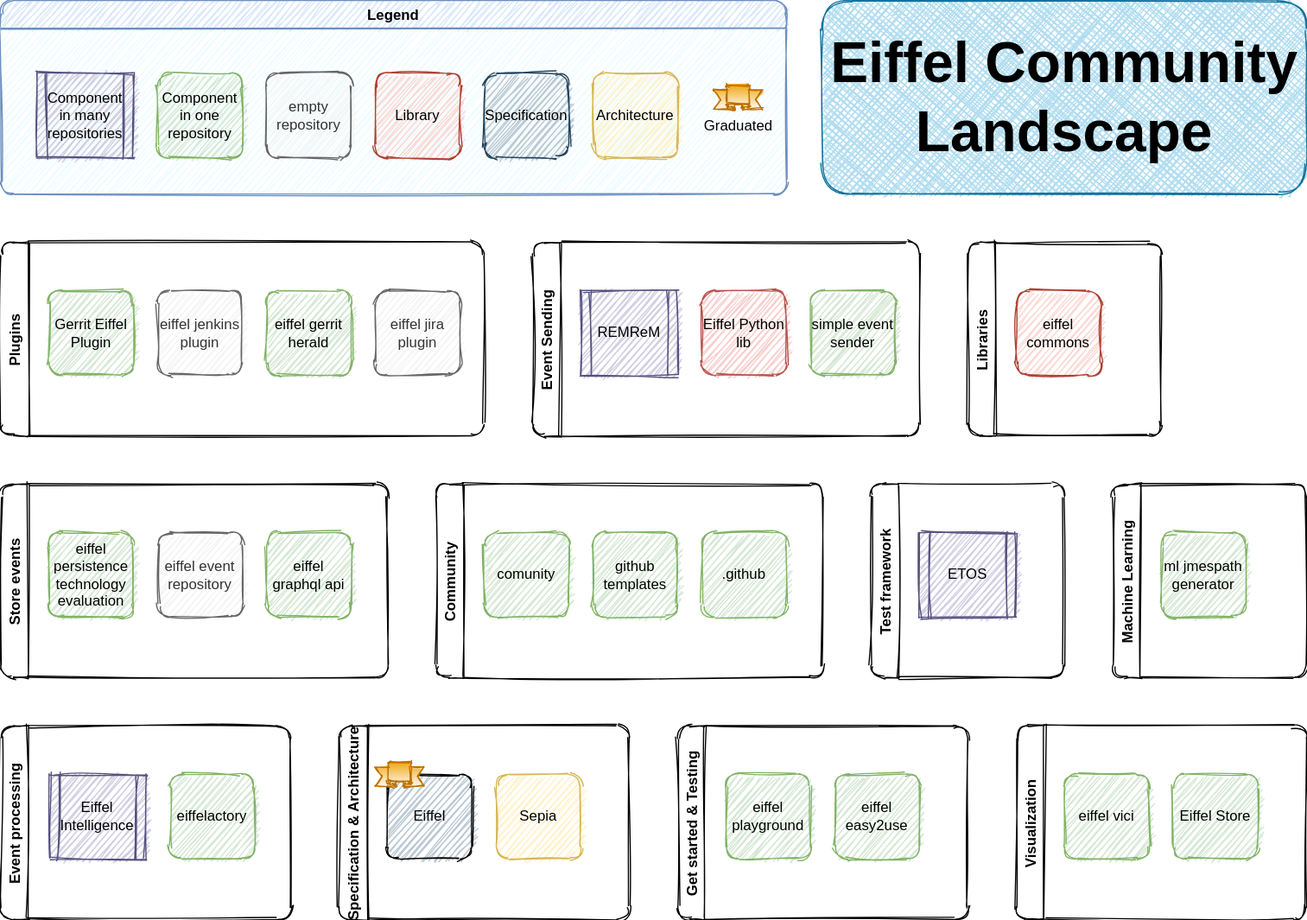
eiffel-community/eiffel-sepia keeps this draw.io diagram as landscape/landscape.svg. Above is the earlier version. Source tidied: cells renumbered, new cells last; positions are measured from the earlier drawing's top-left corner, leaving out a move shared by most shapes.
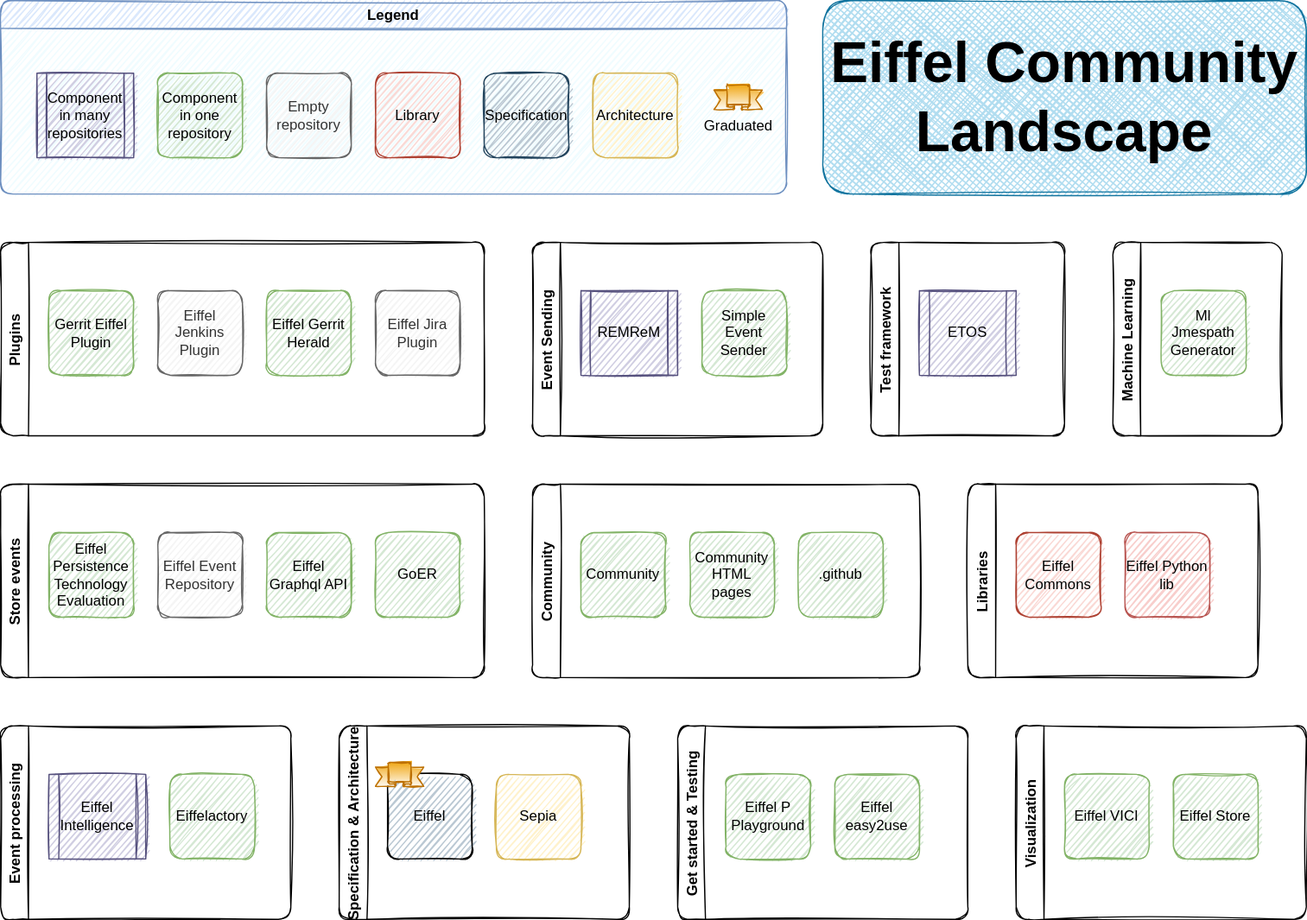
After the commit.

Commit message:
Fix capitalization and add GoER

Diff of the diagram source:
```diff
@@ -6,30 +6,33 @@
       <mxGeometry x="410" y="640" width="70" height="70" as="geometry" />
     </mxCell>
     <mxCell id="3" value="Store events" style="swimlane;horizontal=0;rounded=1;sketch=1;" parent="1" vertex="1">
-      <mxGeometry y="400" width="320" height="160" as="geometry" />
+      <mxGeometry y="400" width="400" height="160" as="geometry" />
     </mxCell>
-    <mxCell id="4" value="eiffel persistence technology evaluation" style="whiteSpace=wrap;html=1;sketch=1;rounded=1;fillColor=#d5e8d4;strokeColor=#82b366;" parent="3" vertex="1">
+    <mxCell id="4" value="Eiffel Persistence Technology Evaluation" style="whiteSpace=wrap;html=1;sketch=1;rounded=1;fillColor=#d5e8d4;strokeColor=#82b366;" parent="3" vertex="1">
       <mxGeometry x="40" y="40" width="70" height="70" as="geometry" />
     </mxCell>
-    <mxCell id="5" value="eiffel event repository" style="whiteSpace=wrap;html=1;sketch=1;rounded=1;fillColor=#f5f5f5;strokeColor=#666666;fontColor=#333333;" parent="3" vertex="1">
+    <mxCell id="5" value="Eiffel Event Repository" style="whiteSpace=wrap;html=1;sketch=1;rounded=1;fillColor=#f5f5f5;strokeColor=#666666;fontColor=#333333;" parent="3" vertex="1">
       <mxGeometry x="130" y="40" width="70" height="70" as="geometry" />
     </mxCell>
-    <mxCell id="6" value="eiffel graphql api" style="whiteSpace=wrap;html=1;sketch=1;rounded=1;fillColor=#d5e8d4;strokeColor=#82b366;" parent="3" vertex="1">
+    <mxCell id="6" value="Eiffel Graphql API" style="whiteSpace=wrap;html=1;sketch=1;rounded=1;fillColor=#d5e8d4;strokeColor=#82b366;" parent="3" vertex="1">
       <mxGeometry x="220" y="40" width="70" height="70" as="geometry" />
     </mxCell>
+    <mxCell id="47" value="GoER" style="whiteSpace=wrap;html=1;sketch=1;rounded=1;fillColor=#d5e8d4;strokeColor=#82b366;" parent="3" vertex="1">
+      <mxGeometry x="310" y="40" width="70" height="70" as="geometry" />
+    </mxCell>
     <mxCell id="7" value="Plugins" style="swimlane;horizontal=0;rounded=1;sketch=1;" parent="1" vertex="1">
       <mxGeometry y="200" width="400" height="160" as="geometry" />
     </mxCell>
     <mxCell id="8" value="Gerrit Eiffel Plugin" style="whiteSpace=wrap;html=1;sketch=1;rounded=1;fillColor=#d5e8d4;strokeColor=#82b366;" parent="7" vertex="1">
       <mxGeometry x="40" y="40" width="70" height="70" as="geometry" />
     </mxCell>
-    <mxCell id="9" value="eiffel gerrit herald" style="whiteSpace=wrap;html=1;sketch=1;rounded=1;fillColor=#d5e8d4;strokeColor=#82b366;" parent="7" vertex="1">
+    <mxCell id="9" value="Eiffel Gerrit Herald" style="whiteSpace=wrap;html=1;sketch=1;rounded=1;fillColor=#d5e8d4;strokeColor=#82b366;" parent="7" vertex="1">
       <mxGeometry x="220" y="40" width="70" height="70" as="geometry" />
     </mxCell>
-    <mxCell id="10" value="eiffel jenkins plugin" style="whiteSpace=wrap;html=1;sketch=1;rounded=1;fillColor=#f5f5f5;strokeColor=#666666;fontColor=#333333;" parent="7" vertex="1">
+    <mxCell id="10" value="Eiffel Jenkins Plugin" style="whiteSpace=wrap;html=1;sketch=1;rounded=1;fillColor=#f5f5f5;strokeColor=#666666;fontColor=#333333;" parent="7" vertex="1">
       <mxGeometry x="130" y="40" width="70" height="70" as="geometry" />
     </mxCell>
-    <mxCell id="11" value="eiffel jira plugin" style="whiteSpace=wrap;html=1;sketch=1;rounded=1;fillColor=#f5f5f5;strokeColor=#666666;fontColor=#333333;" parent="7" vertex="1">
+    <mxCell id="11" value="Eiffel Jira Plugin" style="whiteSpace=wrap;html=1;sketch=1;rounded=1;fillColor=#f5f5f5;strokeColor=#666666;fontColor=#333333;" parent="7" vertex="1">
       <mxGeometry x="310" y="40" width="70" height="70" as="geometry" />
     </mxCell>
     <mxCell id="12" value="Specification &amp; Architecture" style="swimlane;horizontal=0;rounded=1;sketch=1;" parent="1" vertex="1">
@@ -42,36 +45,33 @@
       <mxGeometry x="30" y="30" width="40" height="20" as="geometry" />
     </mxCell>
     <mxCell id="15" value="Event Sending" style="swimlane;horizontal=0;rounded=1;sketch=1;glass=0;shadow=0;" parent="1" vertex="1">
-      <mxGeometry x="440" y="200" width="320" height="160" as="geometry" />
+      <mxGeometry x="440" y="200" width="240" height="160" as="geometry" />
     </mxCell>
     <mxCell id="16" value="REMReM" style="shape=process;whiteSpace=wrap;html=1;backgroundOutline=1;fontFamily=Helvetica;fontSize=12;align=center;strokeColor=#56517e;fillColor=#d0cee2;sketch=1;" parent="15" vertex="1">
       <mxGeometry x="40" y="40" width="80" height="70" as="geometry" />
     </mxCell>
-    <mxCell id="17" value="&lt;div&gt;Eiffel Python lib&lt;/div&gt;" style="whiteSpace=wrap;html=1;sketch=1;rounded=1;fillColor=#f8cecc;strokeColor=#b85450;" parent="15" vertex="1">
-      <mxGeometry x="140" y="40" width="70" height="70" as="geometry" />
-    </mxCell>
-    <mxCell id="18" value="&lt;div&gt;simple event sender &lt;br&gt;&lt;/div&gt;" style="whiteSpace=wrap;html=1;sketch=1;rounded=1;fillColor=#d5e8d4;strokeColor=#82b366;" parent="15" vertex="1">
-      <mxGeometry x="230" y="40" width="70" height="70" as="geometry" />
+    <mxCell id="18" value="&lt;div&gt;Simple Event Sender &lt;br&gt;&lt;/div&gt;" style="whiteSpace=wrap;html=1;sketch=1;rounded=1;fillColor=#d5e8d4;strokeColor=#82b366;" parent="15" vertex="1">
+      <mxGeometry x="140" y="40" width="70" height="70" as="geometry" />
     </mxCell>
     <mxCell id="19" value="Get started &amp; Testing" style="swimlane;horizontal=0;rounded=1;sketch=1;" parent="1" vertex="1">
       <mxGeometry x="560" y="600" width="240" height="160" as="geometry" />
     </mxCell>
-    <mxCell id="20" value="eiffel playground" style="whiteSpace=wrap;html=1;sketch=1;rounded=1;fillColor=#d5e8d4;strokeColor=#82b366;" parent="19" vertex="1">
+    <mxCell id="20" value="Eiffel P&lt;br&gt;Playground" style="whiteSpace=wrap;html=1;sketch=1;rounded=1;fillColor=#d5e8d4;strokeColor=#82b366;" parent="19" vertex="1">
       <mxGeometry x="40" y="40" width="70" height="70" as="geometry" />
     </mxCell>
-    <mxCell id="21" value="eiffel easy2use" style="whiteSpace=wrap;html=1;sketch=1;rounded=1;fillColor=#d5e8d4;strokeColor=#82b366;" parent="19" vertex="1">
+    <mxCell id="21" value="Eiffel easy2use" style="whiteSpace=wrap;html=1;sketch=1;rounded=1;fillColor=#d5e8d4;strokeColor=#82b366;" parent="19" vertex="1">
       <mxGeometry x="130" y="40" width="70" height="70" as="geometry" />
     </mxCell>
     <mxCell id="22" value="Machine Learning" style="swimlane;horizontal=0;rounded=1;sketch=1;" parent="1" vertex="1">
-      <mxGeometry x="920" y="400" width="160" height="160" as="geometry" />
+      <mxGeometry x="920" y="200" width="140" height="160" as="geometry" />
     </mxCell>
-    <mxCell id="23" value="ml jmespath generator" style="whiteSpace=wrap;html=1;sketch=1;rounded=1;fillColor=#d5e8d4;strokeColor=#82b366;" parent="22" vertex="1">
+    <mxCell id="23" value="Ml Jmespath Generator" style="whiteSpace=wrap;html=1;sketch=1;rounded=1;fillColor=#d5e8d4;strokeColor=#82b366;" parent="22" vertex="1">
       <mxGeometry x="40" y="40" width="70" height="70" as="geometry" />
     </mxCell>
     <mxCell id="24" value="Visualization" style="swimlane;horizontal=0;rounded=1;sketch=1;" parent="1" vertex="1">
       <mxGeometry x="840" y="600" width="240" height="160" as="geometry" />
     </mxCell>
-    <mxCell id="25" value="eiffel vici" style="whiteSpace=wrap;html=1;sketch=1;rounded=1;fillColor=#d5e8d4;strokeColor=#82b366;" parent="24" vertex="1">
+    <mxCell id="25" value="Eiffel VICI" style="whiteSpace=wrap;html=1;sketch=1;rounded=1;fillColor=#d5e8d4;strokeColor=#82b366;" parent="24" vertex="1">
       <mxGeometry x="40" y="40" width="70" height="70" as="geometry" />
     </mxCell>
     <mxCell id="26" value="&lt;div&gt;Eiffel Store&lt;/div&gt;" style="whiteSpace=wrap;html=1;sketch=1;rounded=1;fillColor=#d5e8d4;strokeColor=#82b366;" parent="24" vertex="1">
@@ -83,33 +83,36 @@
     <mxCell id="28" value="Eiffel Intelligence" style="shape=process;whiteSpace=wrap;html=1;backgroundOutline=1;fontFamily=Helvetica;fontSize=12;align=center;strokeColor=#56517e;fillColor=#d0cee2;sketch=1;" parent="27" vertex="1">
       <mxGeometry x="40" y="40" width="80" height="70" as="geometry" />
     </mxCell>
-    <mxCell id="29" value="eiffelactory" style="whiteSpace=wrap;html=1;sketch=1;rounded=1;fillColor=#d5e8d4;strokeColor=#82b366;" parent="27" vertex="1">
+    <mxCell id="29" value="Eiffelactory" style="whiteSpace=wrap;html=1;sketch=1;rounded=1;fillColor=#d5e8d4;strokeColor=#82b366;" parent="27" vertex="1">
       <mxGeometry x="140" y="40" width="70" height="70" as="geometry" />
     </mxCell>
     <mxCell id="30" value="Test framework" style="swimlane;horizontal=0;rounded=1;sketch=1;" parent="1" vertex="1">
-      <mxGeometry x="720" y="400" width="160" height="160" as="geometry" />
+      <mxGeometry x="720" y="200" width="160" height="160" as="geometry" />
     </mxCell>
     <mxCell id="31" value="&lt;div&gt;ETOS&lt;/div&gt;" style="shape=process;whiteSpace=wrap;html=1;backgroundOutline=1;fontFamily=Helvetica;fontSize=12;align=center;strokeColor=#56517e;fillColor=#d0cee2;sketch=1;" parent="30" vertex="1">
       <mxGeometry x="40" y="40" width="80" height="70" as="geometry" />
     </mxCell>
     <mxCell id="32" value="Community" style="swimlane;horizontal=0;rounded=1;sketch=1;" parent="1" vertex="1">
-      <mxGeometry x="360" y="400" width="320" height="160" as="geometry" />
+      <mxGeometry x="440" y="400" width="320" height="160" as="geometry" />
     </mxCell>
-    <mxCell id="33" value="comunity" style="whiteSpace=wrap;html=1;sketch=1;rounded=1;fillColor=#d5e8d4;strokeColor=#82b366;" parent="32" vertex="1">
+    <mxCell id="33" value="Community" style="whiteSpace=wrap;html=1;sketch=1;rounded=1;fillColor=#d5e8d4;strokeColor=#82b366;" parent="32" vertex="1">
       <mxGeometry x="40" y="40" width="70" height="70" as="geometry" />
     </mxCell>
-    <mxCell id="34" value="github templates" style="whiteSpace=wrap;html=1;sketch=1;rounded=1;fillColor=#d5e8d4;strokeColor=#82b366;" parent="32" vertex="1">
+    <mxCell id="34" value="Community HTML pages" style="whiteSpace=wrap;html=1;sketch=1;rounded=1;fillColor=#d5e8d4;strokeColor=#82b366;" parent="32" vertex="1">
       <mxGeometry x="130" y="40" width="70" height="70" as="geometry" />
     </mxCell>
     <mxCell id="35" value=".github" style="whiteSpace=wrap;html=1;sketch=1;rounded=1;fillColor=#d5e8d4;strokeColor=#82b366;" parent="32" vertex="1">
       <mxGeometry x="220" y="40" width="70" height="70" as="geometry" />
     </mxCell>
     <mxCell id="36" value="Libraries" style="swimlane;horizontal=0;rounded=1;sketch=1;" parent="1" vertex="1">
-      <mxGeometry x="800" y="200" width="160" height="160" as="geometry" />
+      <mxGeometry x="800" y="400" width="240" height="160" as="geometry" />
     </mxCell>
-    <mxCell id="37" value="eiffel commons" style="whiteSpace=wrap;html=1;sketch=1;rounded=1;fillColor=#fad9d5;strokeColor=#ae4132;" parent="36" vertex="1">
+    <mxCell id="37" value="Eiffel Commons" style="whiteSpace=wrap;html=1;sketch=1;rounded=1;fillColor=#fad9d5;strokeColor=#ae4132;" parent="36" vertex="1">
       <mxGeometry x="40" y="40" width="70" height="70" as="geometry" />
     </mxCell>
+    <mxCell id="17" value="&lt;div&gt;Eiffel Python lib&lt;/div&gt;" style="whiteSpace=wrap;html=1;sketch=1;rounded=1;fillColor=#f8cecc;strokeColor=#b85450;" parent="36" vertex="1">
+      <mxGeometry x="130" y="40" width="70" height="70" as="geometry" />
+    </mxCell>
     <mxCell id="38" value="Legend" style="swimlane;rounded=1;sketch=1;glass=0;shadow=0;fillColor=#dae8fc;strokeColor=#6c8ebf;swimlaneFillColor=#F0FCFF;" parent="1" vertex="1">
       <mxGeometry width="650" height="160" as="geometry" />
     </mxCell>
@@ -119,7 +122,7 @@
     <mxCell id="40" value="Library" style="whiteSpace=wrap;html=1;sketch=1;rounded=1;fillColor=#fad9d5;strokeColor=#ae4132;" parent="38" vertex="1">
       <mxGeometry x="310" y="60" width="70" height="70" as="geometry" />
     </mxCell>
-    <mxCell id="41" value="empty repository" style="whiteSpace=wrap;html=1;sketch=1;rounded=1;fillColor=#f5f5f5;strokeColor=#666666;fontColor=#333333;" parent="38" vertex="1">
+    <mxCell id="41" value="Empty repository" style="whiteSpace=wrap;html=1;sketch=1;rounded=1;fillColor=#f5f5f5;strokeColor=#666666;fontColor=#333333;" parent="38" vertex="1">
       <mxGeometry x="220" y="60" width="70" height="70" as="geometry" />
     </mxCell>
     <mxCell id="42" value="Architecture" style="whiteSpace=wrap;html=1;sketch=1;rounded=1;fillColor=#fff2cc;strokeColor=#d6b656;" parent="38" vertex="1">
```
